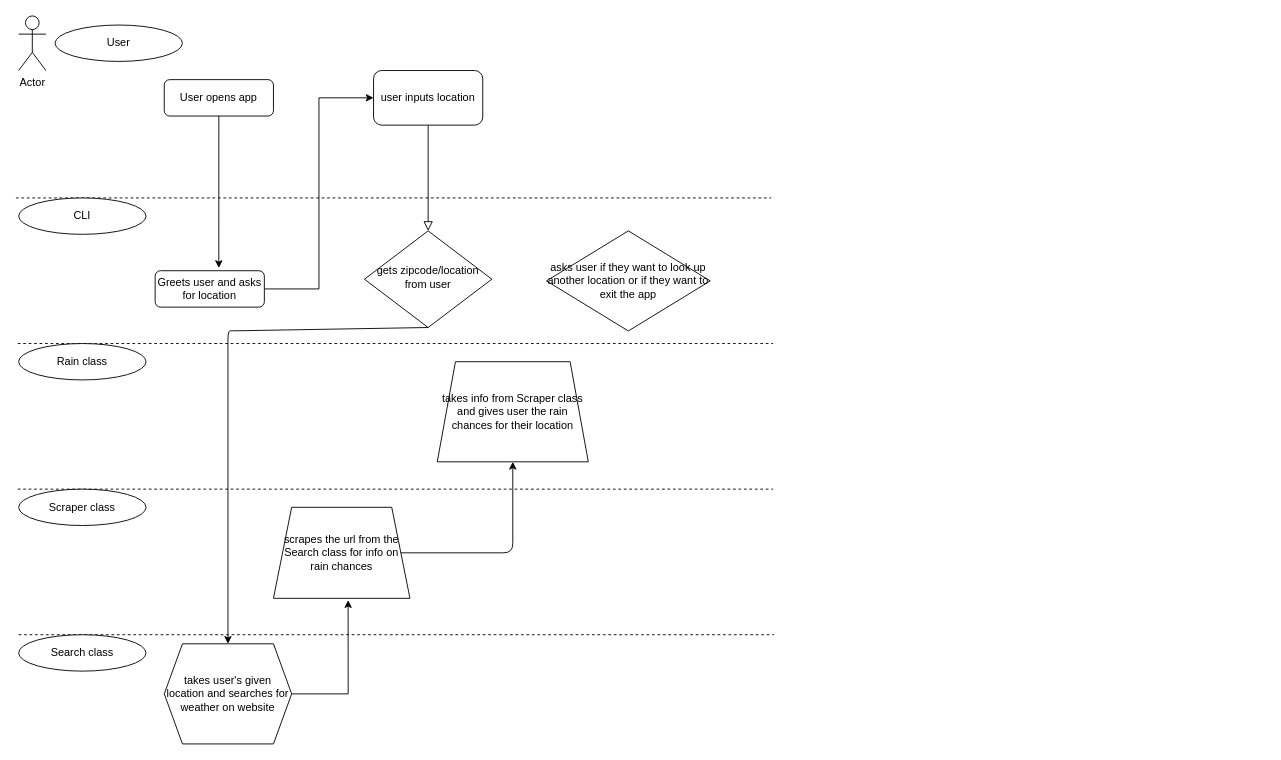
The draw.io diagram Untitled Diagram.drawio in RoUchiha/CLI-Ruby-project, before the edit. Source tidied: cells renumbered, new cells numbered last; positions are measured from the earlier drawing's top-left corner, leaving out a move shared by most shapes. Both pictures are drawn from the tidied source at 91%, with x=0, y=0 at pixel (15, 15).
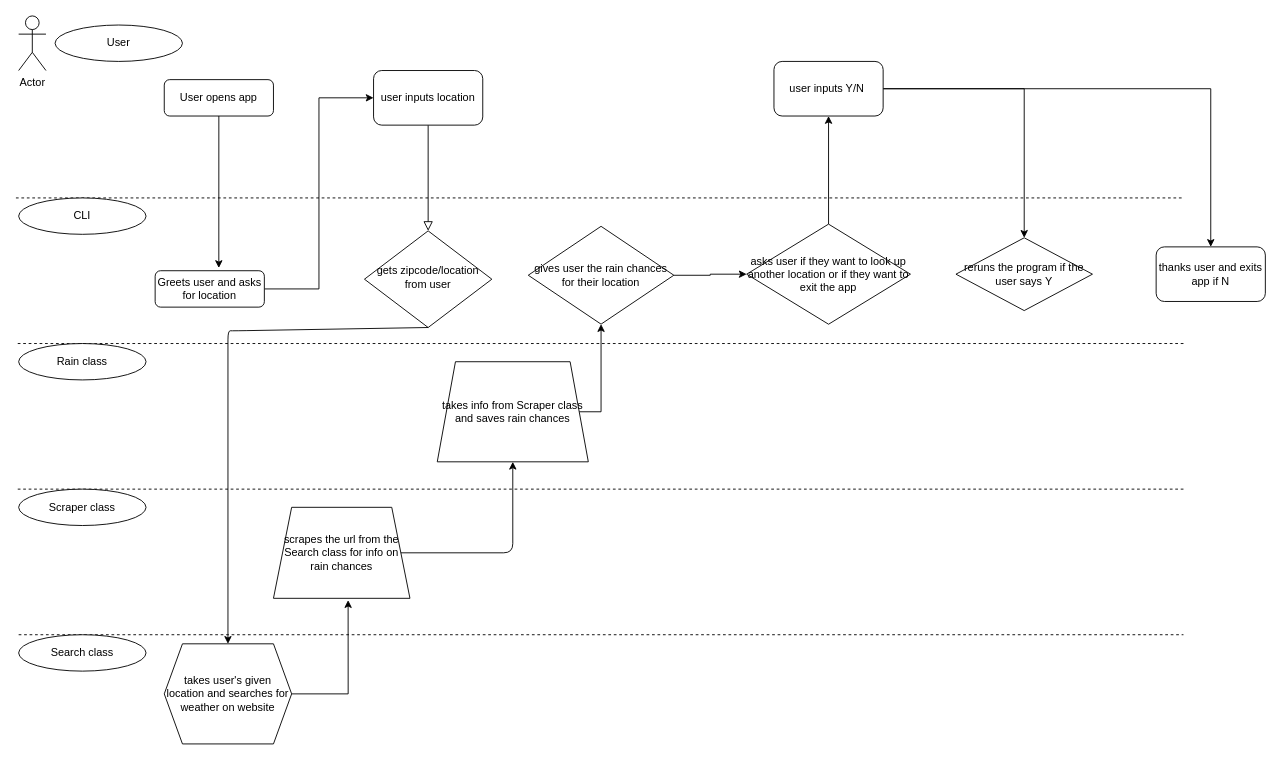
Above is the later version.

Diff of the diagram source:
```diff
@@
     <mxCell id="8" style="endArrow=none;dashed=1;html=1;" parent="1" edge="1">
       <mxGeometry relative="1" as="geometry">
         <mxPoint y="200" as="sourcePoint" />
-        <mxPoint x="830" y="200" as="targetPoint" />
+        <mxPoint x="1283" y="200" as="targetPoint" />
       </mxGeometry>
     </mxCell>
     <mxCell id="9" style="endArrow=none;dashed=1;html=1;" parent="1" edge="1">
       <mxGeometry relative="1" as="geometry">
         <mxPoint x="2" y="360" as="sourcePoint" />
-        <mxPoint x="832" y="360" as="targetPoint" />
+        <mxPoint x="1283" y="360" as="targetPoint" />
       </mxGeometry>
     </mxCell>
     <mxCell id="10" style="endArrow=none;dashed=1;html=1;" parent="1" edge="1">
       <mxGeometry relative="1" as="geometry">
         <mxPoint x="2" y="520" as="sourcePoint" />
-        <mxPoint x="832" y="520" as="targetPoint" />
+        <mxPoint x="1283" y="520" as="targetPoint" />
       </mxGeometry>
     </mxCell>
     <mxCell id="11" style="endArrow=none;dashed=1;html=1;" parent="1" edge="1">
       <mxGeometry relative="1" as="geometry">
         <mxPoint x="3" y="680" as="sourcePoint" />
-        <mxPoint x="833" y="680" as="targetPoint" />
+        <mxPoint x="1283" y="680" as="targetPoint" />
       </mxGeometry>
     </mxCell>
@@
+    <mxCell id="26" style="edgeStyle=orthogonalEdgeStyle;rounded=0;jettySize=auto;html=1;entryX=0.5;entryY=1;entryDx=0;entryDy=0;" parent="1" edge="1" source="21" target="29">
+      <mxGeometry relative="1" as="geometry">
+        <Array as="points">
+          <mxPoint x="643" y="435" />
+        </Array>
+      </mxGeometry>
+    </mxCell>
-    <mxCell id="21" value="takes info from Scraper class and gives user the rain chances for their location" style="shape=trapezoid;perimeter=trapezoidPerimeter;whiteSpace=wrap;html=1;fixedSize=1;" parent="1" vertex="1">
+    <mxCell id="21" value="takes info from Scraper class and saves rain chances" style="shape=trapezoid;perimeter=trapezoidPerimeter;whiteSpace=wrap;html=1;fixedSize=1;" parent="1" vertex="1">
       <mxGeometry x="463" y="380" width="166" height="110" as="geometry" />
     </mxCell>
@@
+    <mxCell id="27" style="edgeStyle=orthogonalEdgeStyle;rounded=0;jettySize=auto;html=1;entryX=0.5;entryY=1;entryDx=0;entryDy=0;" parent="1" edge="1" source="24" target="32">
+      <mxGeometry relative="1" as="geometry" />
+    </mxCell>
     <mxCell id="24" value="asks user if they want to look up another location or if they want to exit the app" style="rhombus;whiteSpace=wrap;html=1;" parent="1" vertex="1">
-      <mxGeometry x="583" y="236.2" width="180" height="110" as="geometry" />
+      <mxGeometry x="803" y="228.8" width="180" height="110" as="geometry" />
     </mxCell>
@@
+    <mxCell id="28" style="edgeStyle=orthogonalEdgeStyle;rounded=0;jettySize=auto;html=1;entryX=0;entryY=0.5;entryDx=0;entryDy=0;" parent="1" edge="1" source="29" target="24">
+      <mxGeometry relative="1" as="geometry" />
+    </mxCell>
+    <mxCell id="29" value="gives user the rain chances for their location" style="rhombus;whiteSpace=wrap;html=1;" parent="1" vertex="1">
+      <mxGeometry x="563" y="231.2" width="160" height="107.5" as="geometry" />
+    </mxCell>
+    <mxCell id="30" style="edgeStyle=orthogonalEdgeStyle;rounded=0;jettySize=auto;html=1;entryX=0.5;entryY=0;entryDx=0;entryDy=0;" parent="1" edge="1" source="32" target="33">
+      <mxGeometry relative="1" as="geometry" />
+    </mxCell>
+    <mxCell id="31" style="edgeStyle=orthogonalEdgeStyle;rounded=0;jettySize=auto;html=1;" parent="1" edge="1" source="32" target="34">
+      <mxGeometry relative="1" as="geometry" />
+    </mxCell>
+    <mxCell id="32" value="user inputs Y/N&amp;nbsp;" style="rounded=1;whiteSpace=wrap;html=1;" parent="1" vertex="1">
+      <mxGeometry x="833" y="50" width="120" height="60" as="geometry" />
+    </mxCell>
+    <mxCell id="33" value="reruns the program if the user says Y" style="rhombus;whiteSpace=wrap;html=1;" parent="1" vertex="1">
+      <mxGeometry x="1033" y="243.8" width="150" height="80" as="geometry" />
+    </mxCell>
+    <mxCell id="34" value="thanks user and exits app if N" style="rounded=1;whiteSpace=wrap;html=1;" parent="1" vertex="1">
+      <mxGeometry x="1253" y="253.8" width="120" height="60" as="geometry" />
+    </mxCell>
```
